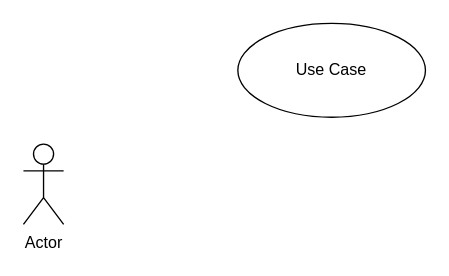
soedad/design keeps this draw.io diagram as page "usecase" (1 of 2) of eHR_retirePay.drawio. Above is the earlier version. Source tidied: cells renumbered, new cells numbered last; positions are measured from the earlier drawing's top-left corner, leaving out a move shared by most shapes. Both pictures are drawn from the tidied source at 134%, with x=0, y=0 at pixel (23, 23).
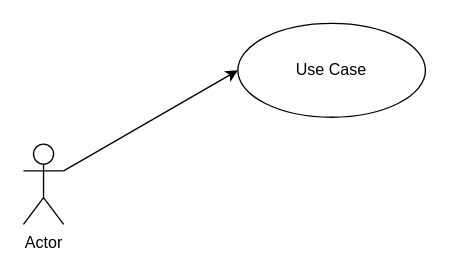
After the change.

What changed in the source:
```diff
@@
 <mxGraphModel>
   <root>
     <mxCell id="0" />
     <mxCell id="1" parent="0" />
+    <mxCell id="4" style="rounded=0;jettySize=auto;html=1;exitX=1;exitY=0.3333333333333333;exitDx=0;exitDy=0;exitPerimeter=0;entryX=0;entryY=0.5;entryDx=0;entryDy=0;" parent="1" edge="1" source="2" target="3">
+      <mxGeometry relative="1" as="geometry" />
+    </mxCell>
     <mxCell id="2" value="Actor" style="shape=umlActor;verticalLabelPosition=bottom;labelBackgroundColor=#ffffff;verticalAlign=top;html=1;" parent="1" vertex="1">
       <mxGeometry y="90" width="30" height="60" as="geometry" />
     </mxCell>
     <mxCell id="3" value="Use Case" style="ellipse;whiteSpace=wrap;html=1;" parent="1" vertex="1">
       <mxGeometry x="160" width="140" height="70" as="geometry" />
     </mxCell>
   </root>
 </mxGraphModel>
```
